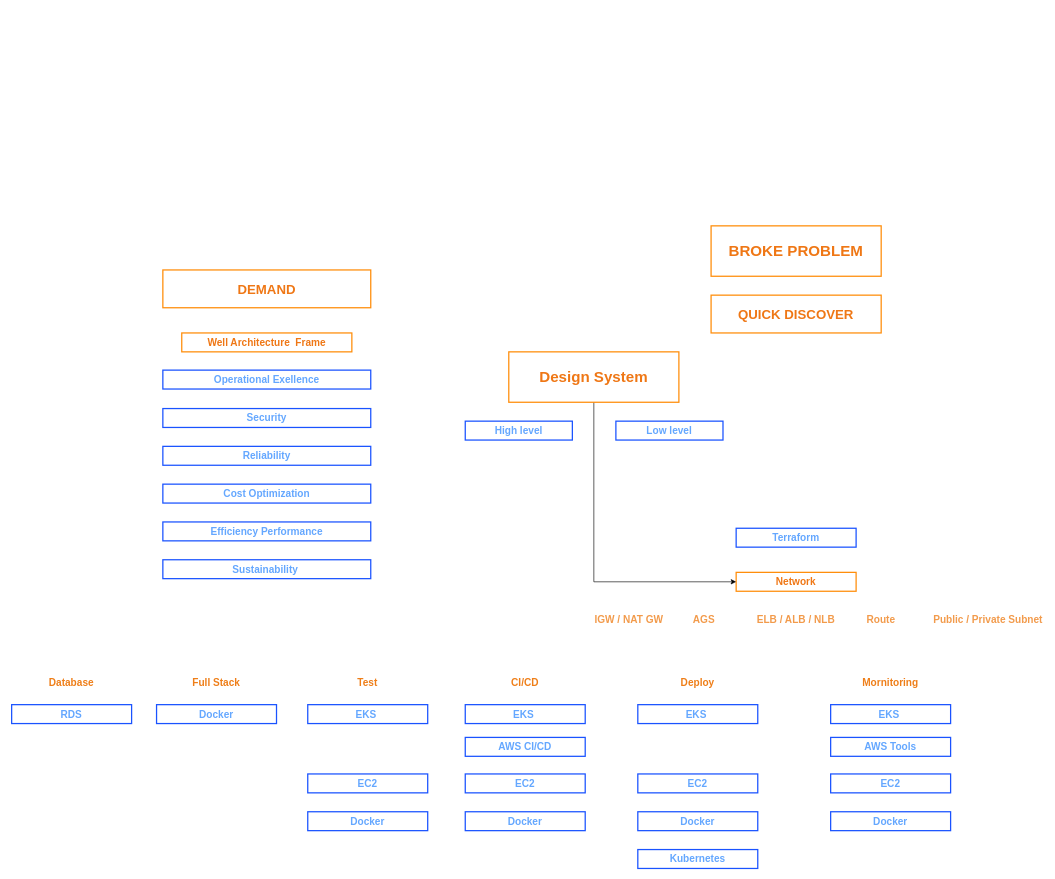
Before: MindSet.drawio in HoangGuruu/drawCloud, a draw.io diagram. Source tidied: cells renumbered, new cells numbered last; positions are measured from the earlier drawing's top-left corner, leaving out a move shared by most shapes. Both pictures are drawn from the tidied source at 63%, with x=0, y=0 at pixel (11, 226).
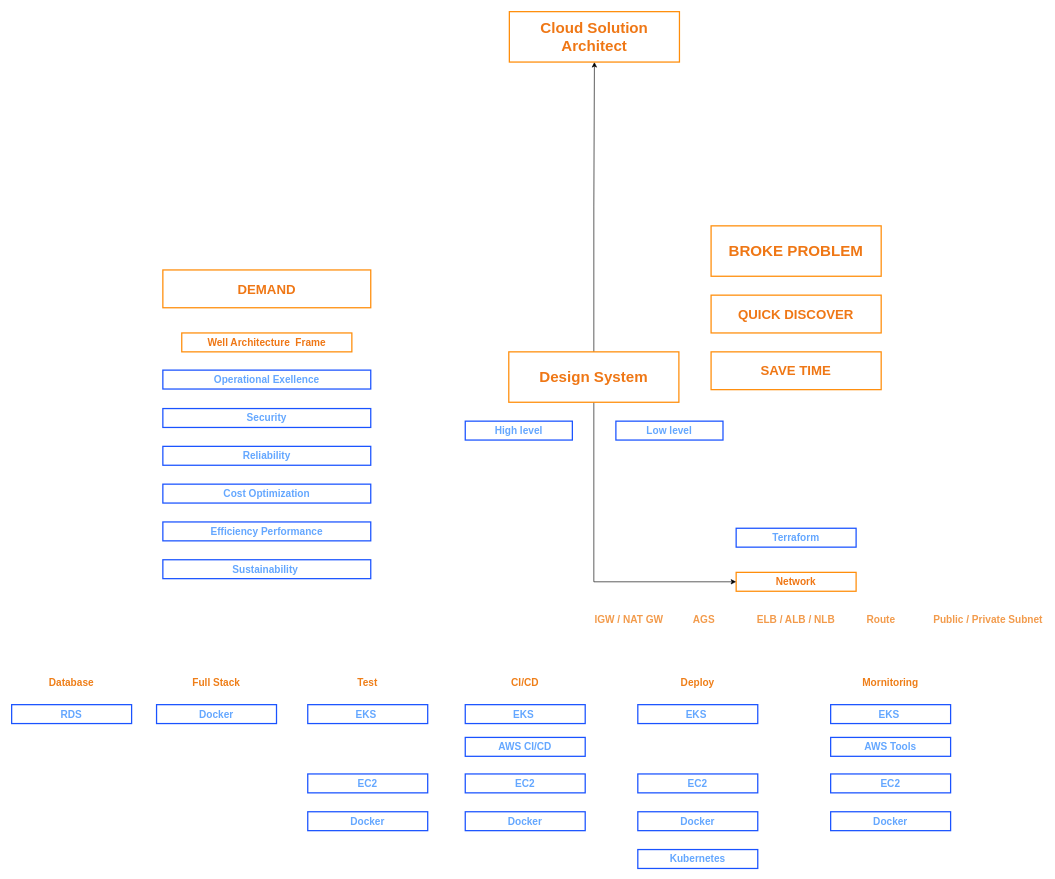
After the change.

Commit message:
Cập nhật MindSet.drawio

The change refers to these unchanged cells:
```xml
<mxCell id="36" value="&lt;font style=&quot;font-size: 24px;&quot;&gt;Design System&lt;/font&gt;" style="text;html=1;strokeColor=#ff8d0a;fillColor=none;align=center;verticalAlign=middle;whiteSpace=wrap;rounded=0;fontSize=16;fontStyle=1;fontColor=#ef7715;strokeWidth=2;" parent="1" vertex="1">
  <mxGeometry x="789.1" y="200" width="270" height="80" as="geometry" />
</mxCell>
```

What changed in the source:
```diff
@@
+    <mxCell id="46" style="edgeStyle=orthogonalEdgeStyle;rounded=0;jettySize=auto;html=1;entryX=0.5;entryY=1;entryDx=0;entryDy=0;" parent="1" edge="1" source="36" target="47">
+      <mxGeometry relative="1" as="geometry" />
+    </mxCell>
@@
+    <mxCell id="47" value="&lt;font style=&quot;font-size: 24px;&quot;&gt;Cloud Solution Architect&lt;/font&gt;" style="text;html=1;strokeColor=#ff8d0a;fillColor=none;align=center;verticalAlign=middle;whiteSpace=wrap;rounded=0;fontSize=16;fontStyle=1;fontColor=#ef7715;strokeWidth=2;" parent="1" vertex="1">
+      <mxGeometry x="790" y="-340" width="270" height="80" as="geometry" />
+    </mxCell>
+    <mxCell id="48" value="SAVE TIME" style="text;html=1;strokeColor=#ff8d0a;fillColor=none;align=center;verticalAlign=middle;whiteSpace=wrap;rounded=0;fontSize=21;fontStyle=1;fontColor=#ef7715;strokeWidth=2;" parent="1" vertex="1">
+      <mxGeometry x="1110.2" y="200" width="270" height="60" as="geometry" />
+    </mxCell>
```
